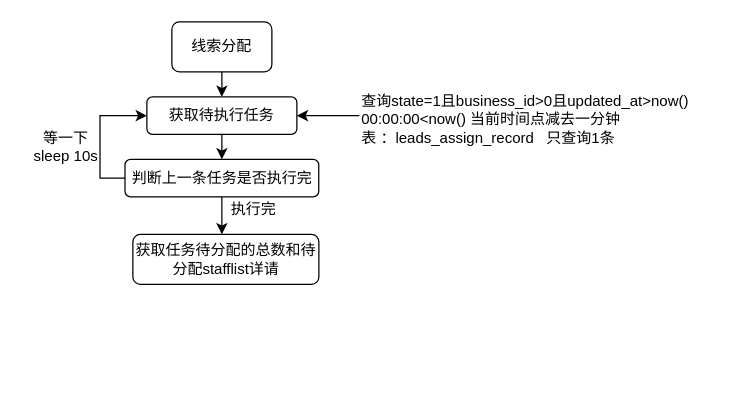
Above: 分配线索需求.drawio in jilinhao/test (draw.io), before the change. Source tidied: cells renumbered, new cells numbered last; positions are measured from the earlier drawing's top-left corner, leaving out a move shared by most shapes. Both pictures are drawn from the tidied source at 125%, with x=0, y=0 at pixel (21, 21).
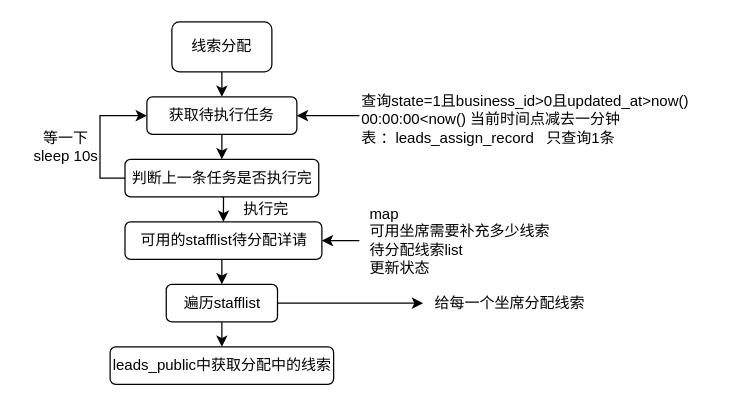
Above is the later version.

Commit message (it also covers changes not shown here):
Update 分配线索需求.drawio

The change refers to these unchanged cells:
```xml
<mxCell id="10" value="判断上一条任务是否执行完" style="rounded=1;whiteSpace=wrap;html=1;" parent="1" vertex="1">
  <mxGeometry x="82.5" y="110" width="155" height="30" as="geometry" />
</mxCell>
```

Change to the diagram source:
```diff
@@
-    <mxCell id="8" style="edgeStyle=orthogonalEdgeStyle;rounded=0;jettySize=auto;html=1;exitX=0.5;exitY=1;exitDx=0;exitDy=0;" parent="1" edge="1" source="10">
-      <mxGeometry relative="1" as="geometry">
-        <mxPoint x="160" y="170" as="targetPoint" />
-      </mxGeometry>
-    </mxCell>
@@
+    <mxCell id="14" style="edgeStyle=orthogonalEdgeStyle;rounded=0;jettySize=auto;html=1;exitX=0.5;exitY=1;exitDx=0;exitDy=0;entryX=0.5;entryY=0;entryDx=0;entryDy=0;" parent="1" edge="1" source="10" target="13">
+      <mxGeometry relative="1" as="geometry" />
+    </mxCell>
@@
     <mxCell id="11" value="执行完" style="text;html=1;align=center;verticalAlign=middle;" parent="1" vertex="1">
-      <mxGeometry x="160" y="140" width="50" height="20" as="geometry" />
+      <mxGeometry x="170" y="140" width="50" height="20" as="geometry" />
     </mxCell>
@@
+    <mxCell id="15" style="edgeStyle=orthogonalEdgeStyle;rounded=0;jettySize=auto;html=1;exitX=0.5;exitY=1;exitDx=0;exitDy=0;entryX=0.5;entryY=0;entryDx=0;entryDy=0;" parent="1" edge="1" source="13" target="20">
+      <mxGeometry relative="1" as="geometry" />
+    </mxCell>
-    <mxCell id="13" value="获取任务待分配的总数和待分配stafflist详请" style="rounded=1;whiteSpace=wrap;html=1;" parent="1" vertex="1">
-      <mxGeometry x="88.8" y="170" width="148.8" height="40" as="geometry" />
+    <mxCell id="13" value="可用的stafflist待分配详请" style="rounded=1;whiteSpace=wrap;html=1;" parent="1" vertex="1">
+      <mxGeometry x="82.5" y="160" width="157.5" height="30" as="geometry" />
     </mxCell>
+    <mxCell id="16" style="edgeStyle=orthogonalEdgeStyle;rounded=0;jettySize=auto;html=1;" parent="1" edge="1" source="17" target="13">
+      <mxGeometry relative="1" as="geometry" />
+    </mxCell>
+    <mxCell id="17" value="&lt;div style=&quot;text-align: left&quot;&gt;&lt;span&gt;map&lt;/span&gt;&lt;/div&gt;&lt;div style=&quot;text-align: left&quot;&gt;&lt;span&gt;可用坐席需要补充多少线索&lt;/span&gt;&lt;/div&gt;&lt;div style=&quot;text-align: left&quot;&gt;&lt;span&gt;待分配线索list&lt;/span&gt;&lt;/div&gt;&lt;div style=&quot;text-align: left&quot;&gt;更新状态&lt;/div&gt;" style="text;html=1;align=center;verticalAlign=middle;points=[];" parent="1" vertex="1">
+      <mxGeometry x="270" y="145" width="160" height="60" as="geometry" />
+    </mxCell>
+    <mxCell id="18" style="edgeStyle=orthogonalEdgeStyle;rounded=0;jettySize=auto;html=1;exitX=0.5;exitY=1;exitDx=0;exitDy=0;entryX=0.5;entryY=0;entryDx=0;entryDy=0;" parent="1" edge="1" source="20" target="22">
+      <mxGeometry relative="1" as="geometry" />
+    </mxCell>
+    <mxCell id="19" style="edgeStyle=orthogonalEdgeStyle;rounded=0;jettySize=auto;html=1;entryX=0.007;entryY=0.5;entryDx=0;entryDy=0;entryPerimeter=0;" parent="1" edge="1" source="20" target="21">
+      <mxGeometry relative="1" as="geometry" />
+    </mxCell>
+    <mxCell id="20" value="遍历stafflist" style="rounded=1;whiteSpace=wrap;html=1;" parent="1" vertex="1">
+      <mxGeometry x="115.5" y="210" width="89" height="30" as="geometry" />
+    </mxCell>
+    <mxCell id="21" value="给每一个坐席分配线索" style="text;html=1;align=center;verticalAlign=middle;points=[];" parent="1" vertex="1">
+      <mxGeometry x="320" y="215" width="140" height="20" as="geometry" />
+    </mxCell>
+    <mxCell id="22" value="leads_public中获取分配中的线索" style="rounded=1;whiteSpace=wrap;html=1;" parent="1" vertex="1">
+      <mxGeometry x="70.6" y="260" width="178.8" height="30" as="geometry" />
+    </mxCell>
```
